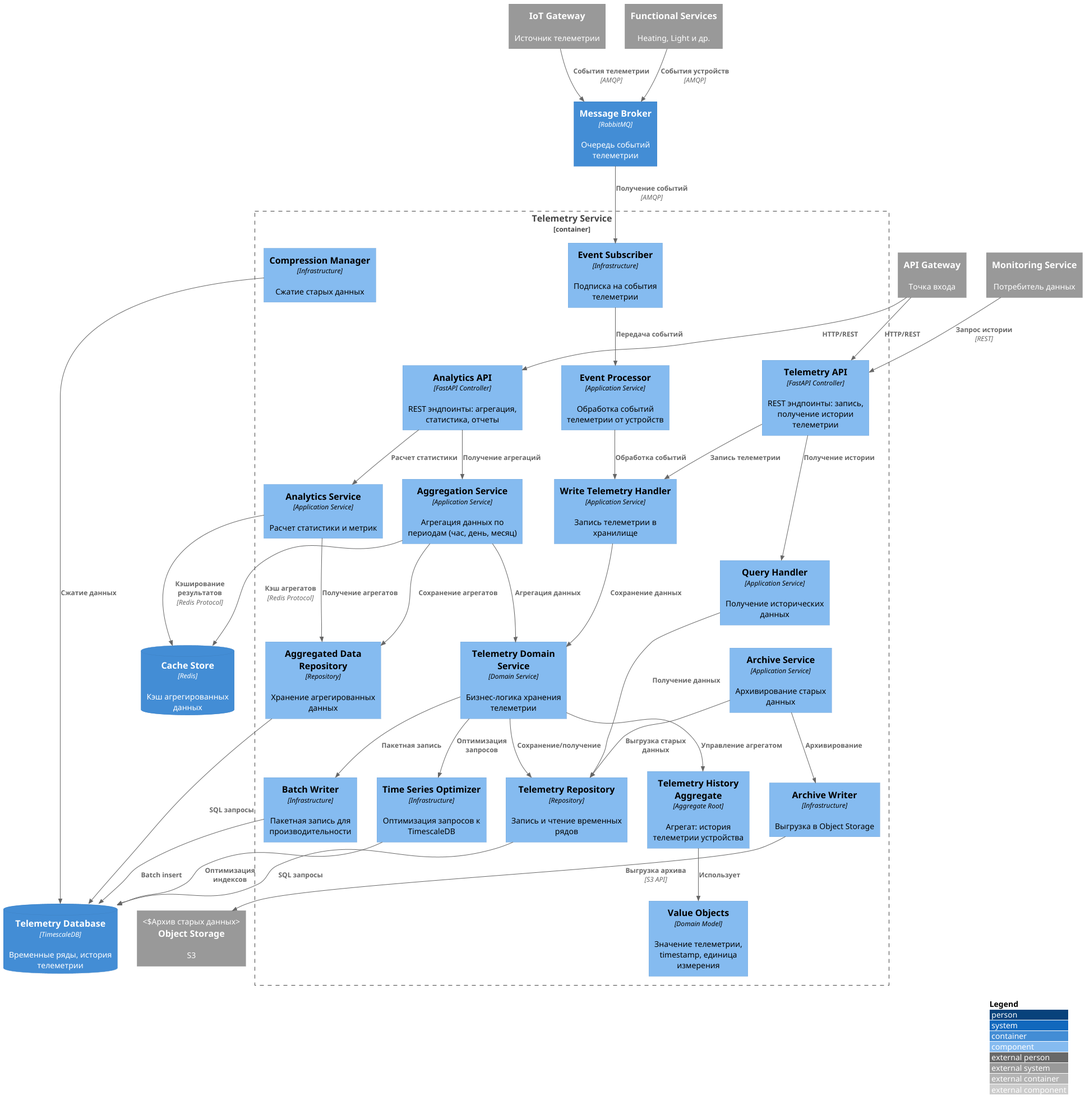
talasbekov/warmhouse keeps this PlantUML diagram as schemas/c4-components/C4_Components_TelemetryService.png. Above is the earlier version.
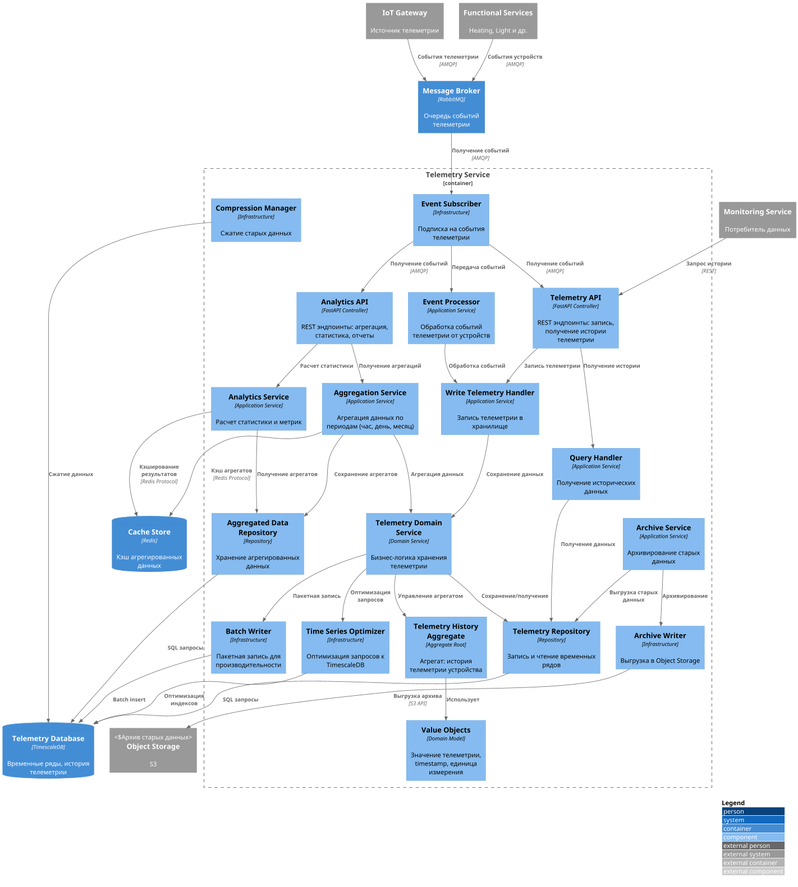
The same diagram one commit later.

What changed in the source:
```diff
@@ -33,17 +33,16 @@
 Container(messageBroker, "Message Broker", "RabbitMQ", "Очередь событий телеметрии")
 System_Ext(objectStorage, "Object Storage", "S3", "Архив старых данных")
 
-System_Ext(apiGateway, "API Gateway", "Точка входа")
 System_Ext(iotGateway, "IoT Gateway", "Источник телеметрии")
 System_Ext(monitoringService, "Monitoring Service", "Потребитель данных")
 System_Ext(functionalServices, "Functional Services", "Heating, Light и др.")
 
-Rel(apiGateway, telemetryAPI, "HTTP/REST")
-Rel(apiGateway, analyticsAPI, "HTTP/REST")
 Rel(telemetryAPI, writeHandler, "Запись телеметрии")
 Rel(telemetryAPI, queryHandler, "Получение истории")
 Rel(analyticsAPI, aggregationService, "Получение агрегаций")
 Rel(analyticsAPI, analyticsService, "Расчет статистики")
+Rel(eventSubscriber, telemetryAPI, "Получение событий", "AMQP")
+Rel(eventSubscriber, analyticsAPI, "Получение событий", "AMQP")
 
 Rel(writeHandler, telemetryDomainService, "Сохранение данных")
 Rel(queryHandler, telemetryRepo, "Получение данных")
```
